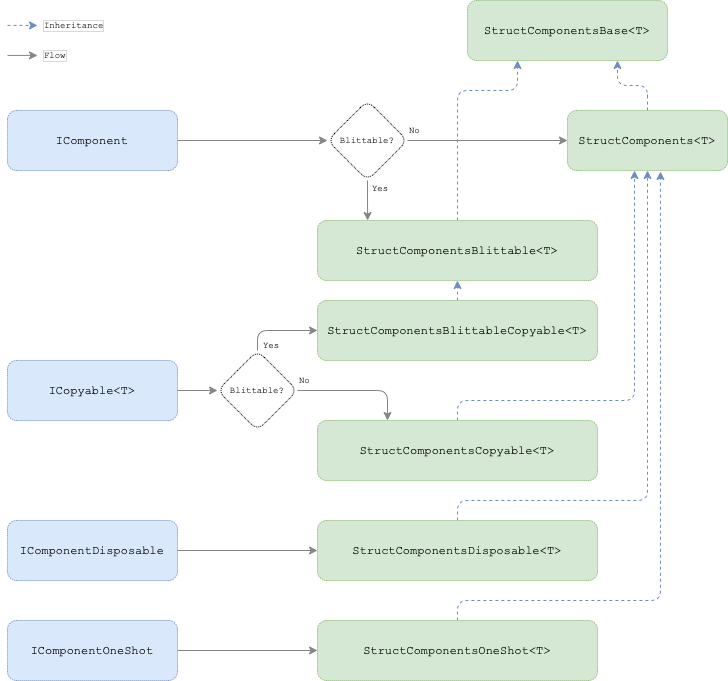
Earlier version of the draw.io export Docs/ECS-ComponentsStorage.png (chromealex/ecs). Source tidied: cells renumbered, new cells last; positions are measured from the earlier drawing's top-left corner, leaving out a move shared by most shapes. The source it was exported from:
```xml
<mxGraphModel>
  <root>
    <mxCell id="0" />
    <mxCell id="1" parent="0" />
    <mxCell id="2" style="edgeStyle=orthogonalEdgeStyle;rounded=1;jettySize=auto;html=1;strokeColor=#858585;entryX=0;entryY=0.5;entryDx=0;entryDy=0;startArrow=none;" parent="1" edge="1" source="25" target="6">
      <mxGeometry relative="1" as="geometry" />
    </mxCell>
    <mxCell id="3" style="edgeStyle=orthogonalEdgeStyle;rounded=1;sketch=0;jettySize=auto;html=1;exitX=1;exitY=0.5;exitDx=0;exitDy=0;entryX=0;entryY=0.5;entryDx=0;entryDy=0;shadow=0;labelBorderColor=none;fontFamily=Courier New;fontSize=9;fontColor=#0A0A0A;strokeColor=#858585;" parent="1" edge="1" source="4" target="25">
      <mxGeometry relative="1" as="geometry" />
    </mxCell>
    <mxCell id="4" value="IComponent" style="rounded=1;whiteSpace=wrap;html=1;fillColor=#dae8fc;strokeColor=#6c8ebf;sketch=0;glass=0;dashed=1;dashPattern=1 1;fontFamily=Courier New;" parent="1" vertex="1">
      <mxGeometry y="110" width="170" height="60" as="geometry" />
    </mxCell>
    <mxCell id="5" style="edgeStyle=orthogonalEdgeStyle;rounded=1;sketch=0;jettySize=auto;html=1;exitX=0.5;exitY=0;exitDx=0;exitDy=0;entryX=0.75;entryY=1;entryDx=0;entryDy=0;shadow=0;labelBorderColor=none;fontFamily=Courier New;fontSize=22;fontColor=#DEDEDE;strokeColor=#6c8ebf;fillColor=#dae8fc;dashed=1;" parent="1" edge="1" source="6" target="9">
      <mxGeometry relative="1" as="geometry" />
    </mxCell>
    <mxCell id="6" value="StructComponents&amp;lt;T&amp;gt;" style="rounded=1;whiteSpace=wrap;html=1;fillColor=#d5e8d4;strokeColor=#82b366;sketch=0;glass=0;dashed=1;dashPattern=1 1;fontFamily=Courier New;" parent="1" vertex="1">
      <mxGeometry x="560" y="110" width="160" height="60" as="geometry" />
    </mxCell>
    <mxCell id="7" style="edgeStyle=orthogonalEdgeStyle;rounded=1;sketch=0;jettySize=auto;html=1;exitX=0.5;exitY=0;exitDx=0;exitDy=0;shadow=0;labelBorderColor=none;fontFamily=Courier New;fontSize=9;fontColor=#0A0A0A;strokeColor=#6c8ebf;fillColor=#dae8fc;dashed=1;entryX=0.25;entryY=1;entryDx=0;entryDy=0;" parent="1" edge="1" source="8" target="9">
      <mxGeometry relative="1" as="geometry">
        <Array as="points">
          <mxPoint x="450" y="90" />
          <mxPoint x="510" y="90" />
        </Array>
      </mxGeometry>
    </mxCell>
    <mxCell id="8" value="StructComponentsBlittable&amp;lt;T&amp;gt;" style="rounded=1;whiteSpace=wrap;html=1;fillColor=#d5e8d4;strokeColor=#82b366;sketch=0;glass=0;dashed=1;dashPattern=1 1;fontFamily=Courier New;" parent="1" vertex="1">
      <mxGeometry x="310" y="220" width="280" height="60" as="geometry" />
    </mxCell>
    <mxCell id="9" value="StructComponentsBase&amp;lt;T&amp;gt;" style="rounded=1;whiteSpace=wrap;html=1;fillColor=#d5e8d4;strokeColor=#82b366;sketch=0;glass=0;dashed=1;dashPattern=1 1;fontFamily=Courier New;" parent="1" vertex="1">
      <mxGeometry x="460" width="200" height="60" as="geometry" />
    </mxCell>
    <mxCell id="10" style="edgeStyle=orthogonalEdgeStyle;rounded=1;sketch=0;jettySize=auto;html=1;shadow=0;labelBorderColor=none;fontFamily=Courier New;fontSize=22;fontColor=#DEDEDE;strokeColor=#6c8ebf;exitX=0.5;exitY=0;exitDx=0;exitDy=0;fillColor=#dae8fc;dashed=1;" parent="1" edge="1" source="11">
      <mxGeometry relative="1" as="geometry">
        <mxPoint x="627" y="170" as="targetPoint" />
        <Array as="points">
          <mxPoint x="450" y="400" />
          <mxPoint x="627" y="400" />
        </Array>
      </mxGeometry>
    </mxCell>
    <mxCell id="11" value="StructComponentsCopyable&amp;lt;T&amp;gt;" style="rounded=1;whiteSpace=wrap;html=1;fillColor=#d5e8d4;strokeColor=#82b366;sketch=0;glass=0;dashed=1;dashPattern=1 1;fontFamily=Courier New;" parent="1" vertex="1">
      <mxGeometry x="310" y="420" width="280" height="60" as="geometry" />
    </mxCell>
    <mxCell id="12" style="edgeStyle=orthogonalEdgeStyle;rounded=1;sketch=0;jettySize=auto;html=1;exitX=0.5;exitY=0;exitDx=0;exitDy=0;entryX=0.5;entryY=1;entryDx=0;entryDy=0;shadow=0;labelBorderColor=none;fontFamily=Courier New;fontSize=22;fontColor=#DEDEDE;strokeColor=#6c8ebf;fillColor=#dae8fc;dashed=1;" parent="1" edge="1" source="13" target="8">
      <mxGeometry relative="1" as="geometry" />
    </mxCell>
    <mxCell id="13" value="StructComponentsBlittableCopyable&amp;lt;T&amp;gt;" style="rounded=1;whiteSpace=wrap;html=1;fillColor=#d5e8d4;strokeColor=#82b366;sketch=0;glass=0;dashed=1;dashPattern=1 1;fontFamily=Courier New;" parent="1" vertex="1">
      <mxGeometry x="310" y="300" width="280" height="60" as="geometry" />
    </mxCell>
    <mxCell id="14" style="edgeStyle=orthogonalEdgeStyle;rounded=1;sketch=0;jettySize=auto;html=1;entryX=0.5;entryY=1;entryDx=0;entryDy=0;shadow=0;labelBorderColor=none;fontFamily=Courier New;fontSize=22;fontColor=#DEDEDE;strokeColor=#6c8ebf;fillColor=#dae8fc;dashed=1;" parent="1" edge="1" source="15" target="6">
      <mxGeometry relative="1" as="geometry">
        <Array as="points">
          <mxPoint x="450" y="500" />
          <mxPoint x="640" y="500" />
        </Array>
      </mxGeometry>
    </mxCell>
    <mxCell id="15" value="StructComponentsDisposable&amp;lt;T&amp;gt;" style="rounded=1;whiteSpace=wrap;html=1;fillColor=#d5e8d4;strokeColor=#82b366;sketch=0;glass=0;dashed=1;dashPattern=1 1;fontFamily=Courier New;" parent="1" vertex="1">
      <mxGeometry x="310" y="520" width="280" height="60" as="geometry" />
    </mxCell>
    <mxCell id="16" style="edgeStyle=orthogonalEdgeStyle;rounded=1;sketch=0;jettySize=auto;html=1;entryX=0.581;entryY=1.017;entryDx=0;entryDy=0;shadow=0;labelBorderColor=none;fontFamily=Courier New;fontSize=22;fontColor=#DEDEDE;strokeColor=#6c8ebf;exitX=0.5;exitY=0;exitDx=0;exitDy=0;fillColor=#dae8fc;dashed=1;entryPerimeter=0;" parent="1" edge="1" source="17" target="6">
      <mxGeometry relative="1" as="geometry">
        <Array as="points">
          <mxPoint x="450" y="600" />
          <mxPoint x="653" y="600" />
        </Array>
      </mxGeometry>
    </mxCell>
    <mxCell id="17" value="StructComponentsOneShot&amp;lt;T&amp;gt;" style="rounded=1;whiteSpace=wrap;html=1;fillColor=#d5e8d4;strokeColor=#82b366;sketch=0;glass=0;dashed=1;dashPattern=1 1;fontFamily=Courier New;" parent="1" vertex="1">
      <mxGeometry x="310" y="620" width="280" height="60" as="geometry" />
    </mxCell>
    <mxCell id="18" style="edgeStyle=orthogonalEdgeStyle;rounded=1;sketch=0;jettySize=auto;html=1;entryX=0;entryY=0.5;entryDx=0;entryDy=0;shadow=0;labelBorderColor=none;fontFamily=Courier New;fontSize=22;fontColor=#DEDEDE;strokeColor=#858585;" parent="1" edge="1" source="19" target="30">
      <mxGeometry relative="1" as="geometry" />
    </mxCell>
    <mxCell id="19" value="ICopyable&amp;lt;T&amp;gt;" style="rounded=1;whiteSpace=wrap;html=1;fillColor=#dae8fc;strokeColor=#6c8ebf;sketch=0;glass=0;dashed=1;dashPattern=1 1;fontFamily=Courier New;" parent="1" vertex="1">
      <mxGeometry y="360" width="170" height="60" as="geometry" />
    </mxCell>
    <mxCell id="20" style="edgeStyle=orthogonalEdgeStyle;rounded=1;sketch=0;jettySize=auto;html=1;entryX=0;entryY=0.5;entryDx=0;entryDy=0;shadow=0;labelBorderColor=none;fontFamily=Courier New;fontSize=22;fontColor=#DEDEDE;strokeColor=#858585;" parent="1" edge="1" source="21" target="17">
      <mxGeometry relative="1" as="geometry" />
    </mxCell>
    <mxCell id="21" value="IComponentOneShot" style="rounded=1;whiteSpace=wrap;html=1;fillColor=#dae8fc;strokeColor=#6c8ebf;sketch=0;glass=0;dashed=1;dashPattern=1 1;fontFamily=Courier New;" parent="1" vertex="1">
      <mxGeometry y="620" width="170" height="60" as="geometry" />
    </mxCell>
    <mxCell id="22" style="edgeStyle=orthogonalEdgeStyle;rounded=1;sketch=0;jettySize=auto;html=1;exitX=1;exitY=0.5;exitDx=0;exitDy=0;entryX=0;entryY=0.5;entryDx=0;entryDy=0;shadow=0;labelBorderColor=none;fontFamily=Courier New;fontSize=22;fontColor=#DEDEDE;strokeColor=#858585;" parent="1" edge="1" source="23" target="15">
      <mxGeometry relative="1" as="geometry" />
    </mxCell>
    <mxCell id="23" value="IComponentDisposable" style="rounded=1;whiteSpace=wrap;html=1;fillColor=#dae8fc;strokeColor=#6c8ebf;sketch=0;glass=0;dashed=1;dashPattern=1 1;fontFamily=Courier New;" parent="1" vertex="1">
      <mxGeometry y="520" width="170" height="60" as="geometry" />
    </mxCell>
    <mxCell id="24" style="edgeStyle=orthogonalEdgeStyle;rounded=1;sketch=0;jettySize=auto;html=1;exitX=0.5;exitY=1;exitDx=0;exitDy=0;entryX=0.179;entryY=0;entryDx=0;entryDy=0;shadow=0;labelBorderColor=none;fontFamily=Courier New;fontSize=9;fontColor=#0A0A0A;strokeColor=#858585;entryPerimeter=0;" parent="1" edge="1" source="25" target="8">
      <mxGeometry relative="1" as="geometry" />
    </mxCell>
    <mxCell id="25" value="Blittable?" style="rhombus;whiteSpace=wrap;html=1;rounded=1;shadow=0;glass=0;dashed=1;dashPattern=1 1;labelBackgroundColor=none;labelBorderColor=none;sketch=0;fontFamily=Courier New;fontSize=9;fontColor=#0A0A0A;gradientColor=none;" parent="1" vertex="1">
      <mxGeometry x="320" y="100" width="80" height="80" as="geometry" />
    </mxCell>
    <mxCell id="26" value="No" style="text;html=1;strokeColor=none;fillColor=none;align=left;verticalAlign=middle;whiteSpace=wrap;rounded=0;shadow=0;glass=0;dashed=1;dashPattern=1 1;labelBackgroundColor=none;labelBorderColor=none;sketch=0;fontFamily=Courier New;fontSize=9;fontColor=#0A0A0A;" parent="1" vertex="1">
      <mxGeometry x="400" y="120" width="60" height="20" as="geometry" />
    </mxCell>
    <mxCell id="27" value="Yes" style="text;html=1;strokeColor=none;fillColor=none;align=left;verticalAlign=middle;whiteSpace=wrap;rounded=0;shadow=0;glass=0;dashed=1;dashPattern=1 1;labelBackgroundColor=none;labelBorderColor=none;sketch=0;fontFamily=Courier New;fontSize=9;fontColor=#0A0A0A;" parent="1" vertex="1">
      <mxGeometry x="363" y="178" width="60" height="20" as="geometry" />
    </mxCell>
    <mxCell id="28" style="edgeStyle=orthogonalEdgeStyle;rounded=1;sketch=0;jettySize=auto;html=1;entryX=0.25;entryY=0;entryDx=0;entryDy=0;shadow=0;labelBorderColor=none;fontFamily=Courier New;fontSize=9;fontColor=#0A0A0A;strokeColor=#858585;" parent="1" edge="1" source="30" target="11">
      <mxGeometry relative="1" as="geometry" />
    </mxCell>
    <mxCell id="29" style="edgeStyle=orthogonalEdgeStyle;rounded=1;sketch=0;jettySize=auto;html=1;exitX=0.5;exitY=0;exitDx=0;exitDy=0;entryX=0;entryY=0.5;entryDx=0;entryDy=0;shadow=0;labelBorderColor=none;fontFamily=Courier New;fontSize=9;fontColor=#0A0A0A;strokeColor=#858585;" parent="1" edge="1" source="30" target="13">
      <mxGeometry relative="1" as="geometry" />
    </mxCell>
    <mxCell id="30" value="Blittable?" style="rhombus;whiteSpace=wrap;html=1;rounded=1;shadow=0;glass=0;dashed=1;dashPattern=1 1;labelBackgroundColor=none;labelBorderColor=none;sketch=0;fontFamily=Courier New;fontSize=9;fontColor=#0A0A0A;gradientColor=none;" parent="1" vertex="1">
      <mxGeometry x="210" y="350" width="80" height="80" as="geometry" />
    </mxCell>
    <mxCell id="31" value="No" style="text;html=1;strokeColor=none;fillColor=none;align=left;verticalAlign=middle;whiteSpace=wrap;rounded=0;shadow=0;glass=0;dashed=1;dashPattern=1 1;labelBackgroundColor=none;labelBorderColor=none;sketch=0;fontFamily=Courier New;fontSize=9;fontColor=#0A0A0A;" parent="1" vertex="1">
      <mxGeometry x="290" y="370" width="60" height="20" as="geometry" />
    </mxCell>
    <mxCell id="32" value="Yes" style="text;html=1;strokeColor=none;fillColor=none;align=left;verticalAlign=middle;whiteSpace=wrap;rounded=0;shadow=0;glass=0;dashed=1;dashPattern=1 1;labelBackgroundColor=none;labelBorderColor=none;sketch=0;fontFamily=Courier New;fontSize=9;fontColor=#0A0A0A;" parent="1" vertex="1">
      <mxGeometry x="254" y="335" width="60" height="20" as="geometry" />
    </mxCell>
    <mxCell id="33" value="Inheritance" style="text;strokeColor=none;fillColor=none;align=left;verticalAlign=middle;spacingLeft=4;spacingRight=4;overflow=hidden;rounded=1;shadow=0;glass=0;dashed=1;dashPattern=1 1;labelBackgroundColor=default;labelBorderColor=#D9D9D9;sketch=0;fontFamily=Courier New;fontSize=9;fontColor=#0A0A0A;html=1;" parent="1" vertex="1">
      <mxGeometry x="30" y="10" width="80" height="30" as="geometry" />
    </mxCell>
    <mxCell id="34" value="Flow" style="text;strokeColor=none;fillColor=none;align=left;verticalAlign=middle;spacingLeft=4;spacingRight=4;overflow=hidden;rounded=1;shadow=0;glass=0;dashed=1;dashPattern=1 1;labelBackgroundColor=default;labelBorderColor=#D9D9D9;sketch=0;fontFamily=Courier New;fontSize=9;fontColor=#0A0A0A;html=1;" parent="1" vertex="1">
      <mxGeometry x="30" y="40" width="80" height="30" as="geometry" />
    </mxCell>
    <mxCell id="35" style="endArrow=classic;html=1;rounded=1;shadow=0;labelBorderColor=none;sketch=0;fontFamily=Courier New;fontSize=22;fontColor=#DEDEDE;strokeColor=#6c8ebf;entryX=0;entryY=0.667;entryDx=0;entryDy=0;entryPerimeter=0;fillColor=#dae8fc;dashed=1;" parent="1" edge="1">
      <mxGeometry relative="1" as="geometry">
        <mxPoint y="24.9" as="sourcePoint" />
        <mxPoint x="30" y="24.9" as="targetPoint" />
      </mxGeometry>
    </mxCell>
    <mxCell id="36" style="endArrow=classic;html=1;rounded=1;shadow=0;labelBorderColor=none;sketch=0;fontFamily=Courier New;fontSize=9;fontColor=#0A0A0A;strokeColor=#858585;entryX=0;entryY=0.667;entryDx=0;entryDy=0;entryPerimeter=0;" parent="1" edge="1">
      <mxGeometry relative="1" as="geometry">
        <mxPoint y="54.9" as="sourcePoint" />
        <mxPoint x="30" y="54.9" as="targetPoint" />
        <Array as="points">
          <mxPoint x="20" y="54.9" />
        </Array>
      </mxGeometry>
    </mxCell>
  </root>
</mxGraphModel>
```
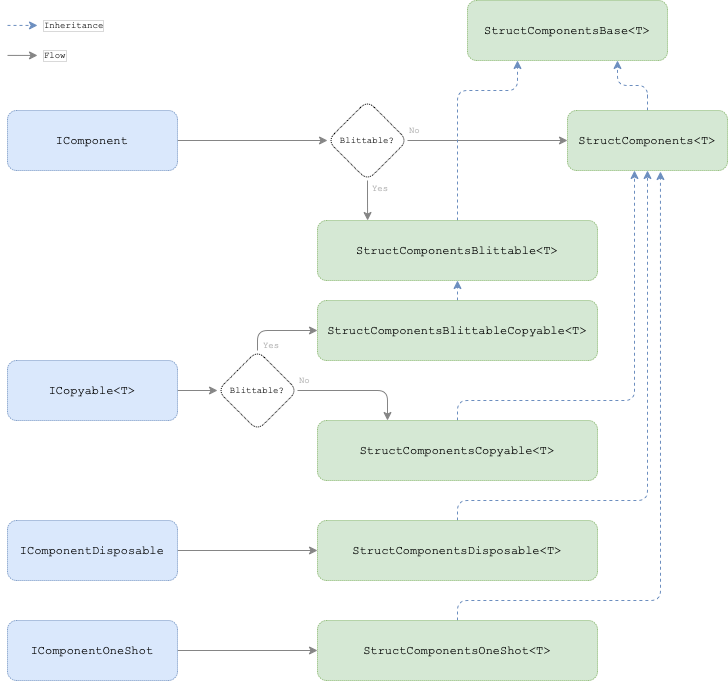
After the commit.

What changed in the source:
```diff
@@ -95,11 +95,11 @@
     <mxCell id="25" value="Blittable?" style="rhombus;whiteSpace=wrap;html=1;rounded=1;shadow=0;glass=0;dashed=1;dashPattern=1 1;labelBackgroundColor=none;labelBorderColor=none;sketch=0;fontFamily=Courier New;fontSize=9;fontColor=#0A0A0A;gradientColor=none;" parent="1" vertex="1">
       <mxGeometry x="320" y="100" width="80" height="80" as="geometry" />
     </mxCell>
-    <mxCell id="26" value="No" style="text;html=1;strokeColor=none;fillColor=none;align=left;verticalAlign=middle;whiteSpace=wrap;rounded=0;shadow=0;glass=0;dashed=1;dashPattern=1 1;labelBackgroundColor=none;labelBorderColor=none;sketch=0;fontFamily=Courier New;fontSize=9;fontColor=#0A0A0A;" parent="1" vertex="1">
-      <mxGeometry x="400" y="120" width="60" height="20" as="geometry" />
+    <mxCell id="26" value="No" style="text;html=1;strokeColor=none;fillColor=none;align=left;verticalAlign=middle;whiteSpace=wrap;rounded=0;shadow=0;glass=0;dashed=1;dashPattern=1 1;labelBackgroundColor=none;labelBorderColor=none;sketch=0;fontFamily=Courier New;fontSize=9;fontColor=#B0B0B0;fontStyle=0;" parent="1" vertex="1">
+      <mxGeometry x="400" y="120" width="20" height="20" as="geometry" />
     </mxCell>
-    <mxCell id="27" value="Yes" style="text;html=1;strokeColor=none;fillColor=none;align=left;verticalAlign=middle;whiteSpace=wrap;rounded=0;shadow=0;glass=0;dashed=1;dashPattern=1 1;labelBackgroundColor=none;labelBorderColor=none;sketch=0;fontFamily=Courier New;fontSize=9;fontColor=#0A0A0A;" parent="1" vertex="1">
-      <mxGeometry x="363" y="178" width="60" height="20" as="geometry" />
+    <mxCell id="27" value="Yes" style="text;html=1;strokeColor=none;fillColor=none;align=left;verticalAlign=middle;whiteSpace=wrap;rounded=0;shadow=0;glass=0;dashed=1;dashPattern=1 1;labelBackgroundColor=none;labelBorderColor=none;sketch=0;fontFamily=Courier New;fontSize=9;fontColor=#B0B0B0;fontStyle=0;" parent="1" vertex="1">
+      <mxGeometry x="363" y="178" width="27" height="20" as="geometry" />
     </mxCell>
     <mxCell id="28" style="edgeStyle=orthogonalEdgeStyle;rounded=1;sketch=0;jettySize=auto;html=1;entryX=0.25;entryY=0;entryDx=0;entryDy=0;shadow=0;labelBorderColor=none;fontFamily=Courier New;fontSize=9;fontColor=#0A0A0A;strokeColor=#858585;" parent="1" edge="1" source="30" target="11">
       <mxGeometry relative="1" as="geometry" />
@@ -110,11 +110,11 @@
     <mxCell id="30" value="Blittable?" style="rhombus;whiteSpace=wrap;html=1;rounded=1;shadow=0;glass=0;dashed=1;dashPattern=1 1;labelBackgroundColor=none;labelBorderColor=none;sketch=0;fontFamily=Courier New;fontSize=9;fontColor=#0A0A0A;gradientColor=none;" parent="1" vertex="1">
       <mxGeometry x="210" y="350" width="80" height="80" as="geometry" />
     </mxCell>
-    <mxCell id="31" value="No" style="text;html=1;strokeColor=none;fillColor=none;align=left;verticalAlign=middle;whiteSpace=wrap;rounded=0;shadow=0;glass=0;dashed=1;dashPattern=1 1;labelBackgroundColor=none;labelBorderColor=none;sketch=0;fontFamily=Courier New;fontSize=9;fontColor=#0A0A0A;" parent="1" vertex="1">
-      <mxGeometry x="290" y="370" width="60" height="20" as="geometry" />
+    <mxCell id="31" value="No" style="text;html=1;strokeColor=none;fillColor=none;align=left;verticalAlign=middle;whiteSpace=wrap;rounded=0;shadow=0;glass=0;dashed=1;dashPattern=1 1;labelBackgroundColor=none;labelBorderColor=none;sketch=0;fontFamily=Courier New;fontSize=9;fontColor=#B0B0B0;fontStyle=0;" parent="1" vertex="1">
+      <mxGeometry x="290" y="370" width="20" height="20" as="geometry" />
     </mxCell>
-    <mxCell id="32" value="Yes" style="text;html=1;strokeColor=none;fillColor=none;align=left;verticalAlign=middle;whiteSpace=wrap;rounded=0;shadow=0;glass=0;dashed=1;dashPattern=1 1;labelBackgroundColor=none;labelBorderColor=none;sketch=0;fontFamily=Courier New;fontSize=9;fontColor=#0A0A0A;" parent="1" vertex="1">
-      <mxGeometry x="254" y="335" width="60" height="20" as="geometry" />
+    <mxCell id="32" value="Yes" style="text;html=1;strokeColor=none;fillColor=none;align=left;verticalAlign=middle;whiteSpace=wrap;rounded=0;shadow=0;glass=0;dashed=1;dashPattern=1 1;labelBackgroundColor=none;labelBorderColor=none;sketch=0;fontFamily=Courier New;fontSize=9;fontColor=#B0B0B0;fontStyle=0;" parent="1" vertex="1">
+      <mxGeometry x="254" y="335" width="26" height="20" as="geometry" />
     </mxCell>
     <mxCell id="33" value="Inheritance" style="text;strokeColor=none;fillColor=none;align=left;verticalAlign=middle;spacingLeft=4;spacingRight=4;overflow=hidden;rounded=1;shadow=0;glass=0;dashed=1;dashPattern=1 1;labelBackgroundColor=default;labelBorderColor=#D9D9D9;sketch=0;fontFamily=Courier New;fontSize=9;fontColor=#0A0A0A;html=1;" parent="1" vertex="1">
       <mxGeometry x="30" y="10" width="80" height="30" as="geometry" />
```
